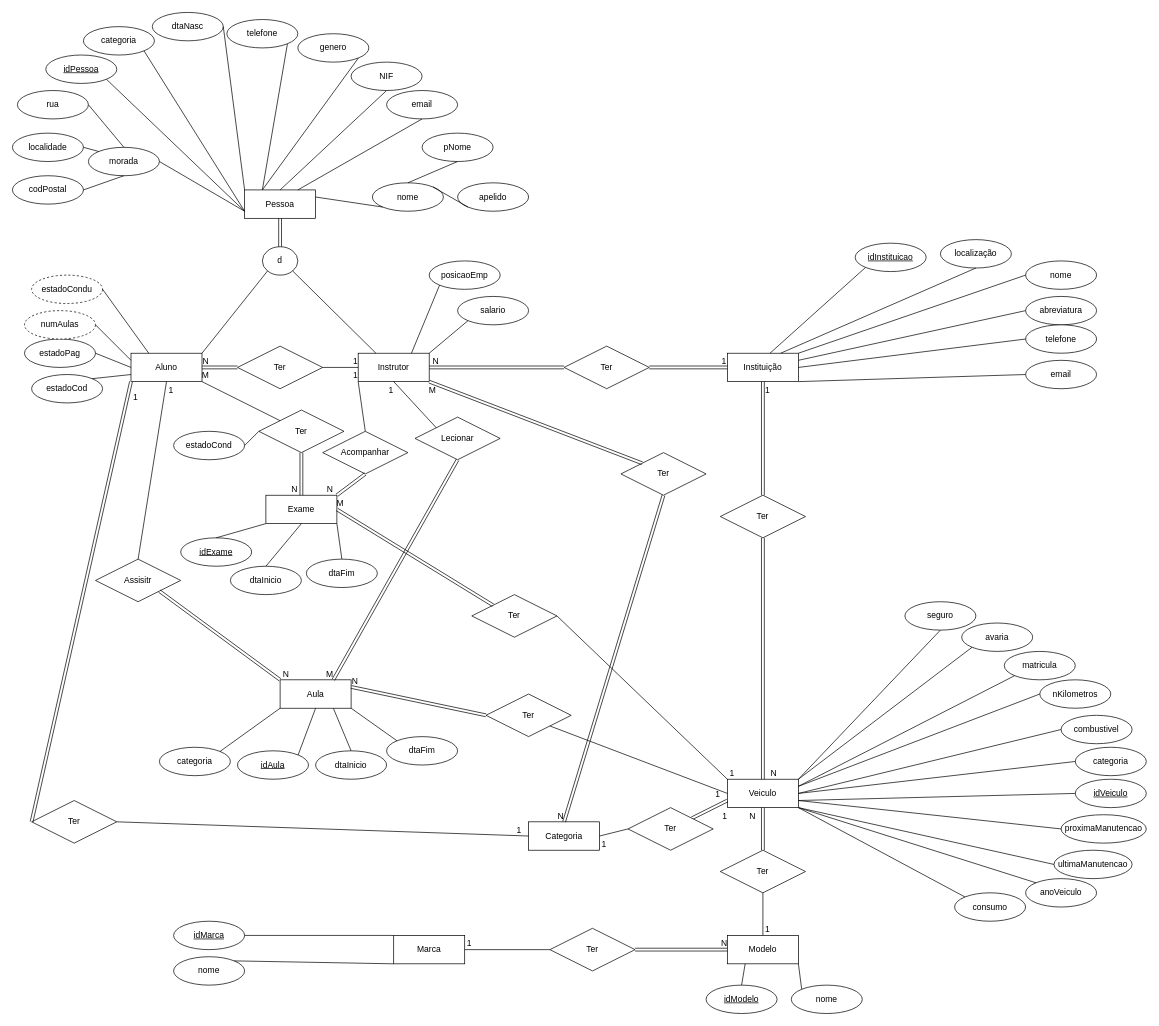
Before: IPLDrive.drawio in MarcoPadeiroIPL/ProjetoBD, a draw.io diagram. Source tidied: cells renumbered, new cells numbered last; positions are measured from the earlier drawing's top-left corner, leaving out a move shared by most shapes. Both pictures are drawn from the tidied source at 71%, with x=0, y=0 at pixel (12, 12).
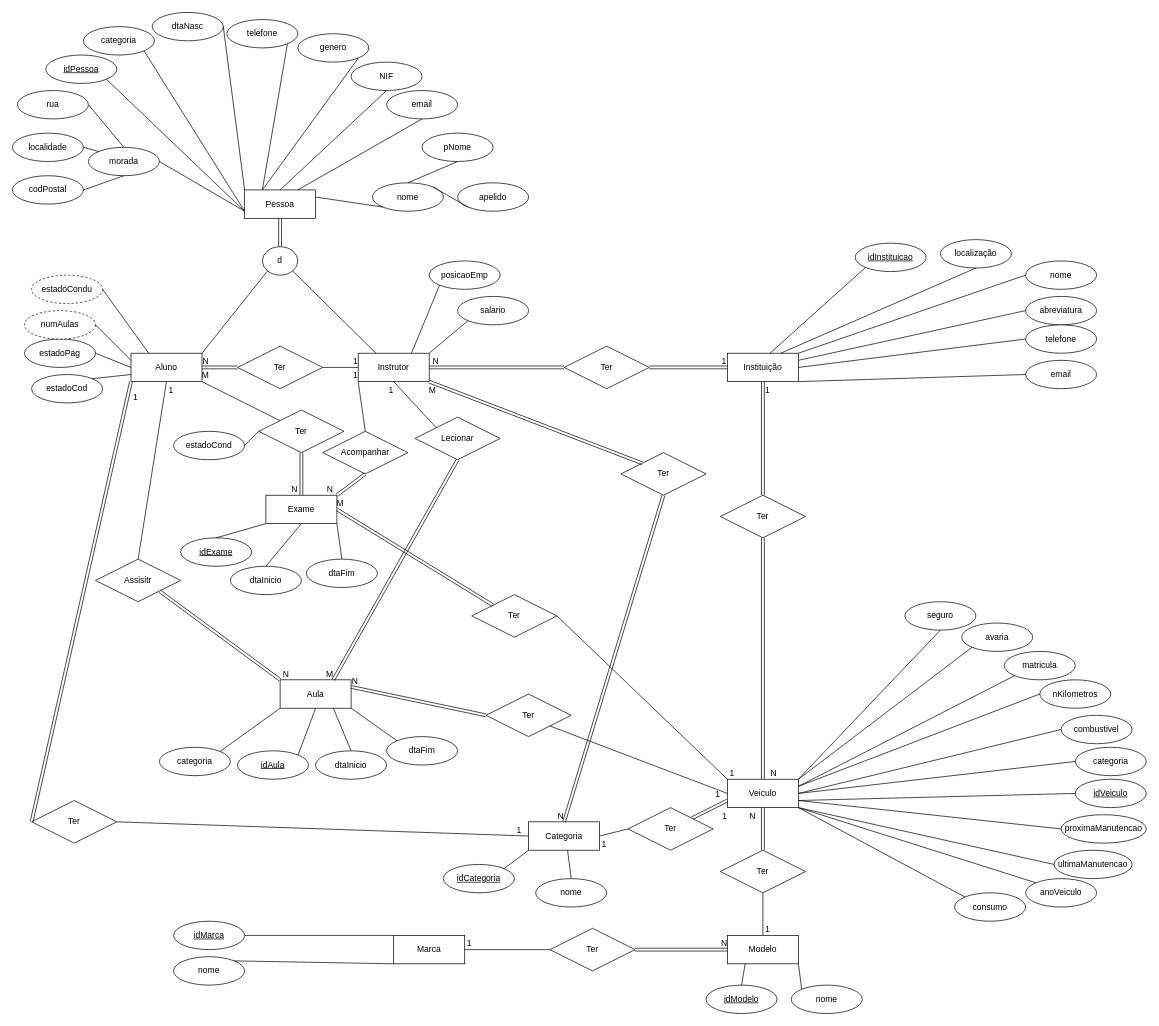
After the change.

Unchanged cells that the change refers to:
```xml
<mxCell id="169" value="Categoria" style="whiteSpace=wrap;html=1;align=center;" parent="1" vertex="1">
  <mxGeometry x="727" y="1140" width="100" height="40" as="geometry" />
</mxCell>
```

The edit, as a diff of the source:
```diff
@@
+    <mxCell id="184" value="idCategoria" style="ellipse;whiteSpace=wrap;html=1;align=center;fontStyle=4;" parent="1" vertex="1">
+      <mxGeometry x="607" y="1200" width="100" height="40" as="geometry" />
+    </mxCell>
+    <mxCell id="185" value="nome" style="ellipse;whiteSpace=wrap;html=1;align=center;" parent="1" vertex="1">
+      <mxGeometry x="737" y="1220" width="100" height="40" as="geometry" />
+    </mxCell>
+    <mxCell id="186" style="endArrow=none;html=1;rounded=0;entryX=0;entryY=1;entryDx=0;entryDy=0;exitX=1;exitY=0;exitDx=0;exitDy=0;" parent="1" edge="1" source="184" target="169">
+      <mxGeometry relative="1" as="geometry" />
+    </mxCell>
+    <mxCell id="187" style="endArrow=none;html=1;rounded=0;entryX=0.549;entryY=1.004;entryDx=0;entryDy=0;exitX=0.5;exitY=0;exitDx=0;exitDy=0;entryPerimeter=0;" parent="1" edge="1" source="185" target="169">
+      <mxGeometry relative="1" as="geometry" />
+    </mxCell>
```
